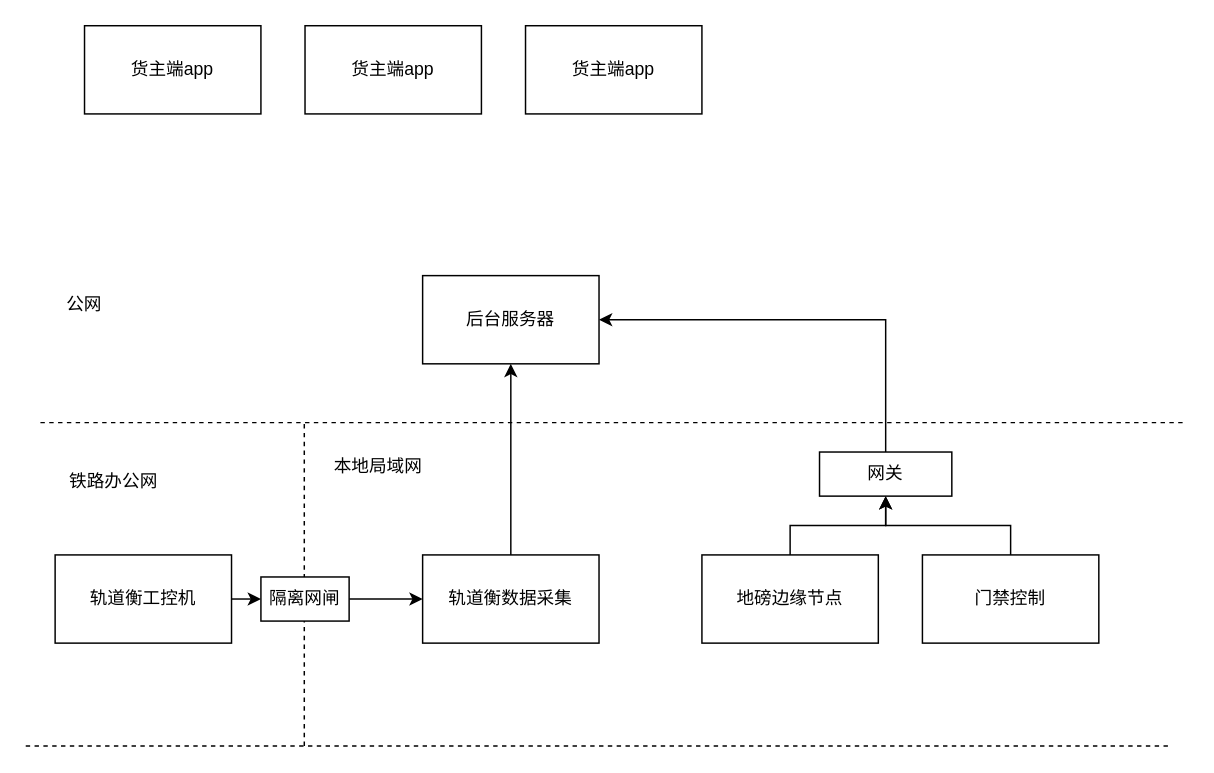
Before: 平原物流网路拓扑.drawio in lipeng260/drawio, a draw.io diagram. Source tidied: cells renumbered, new cells numbered last; positions are measured from the earlier drawing's top-left corner, leaving out a move shared by most shapes. Both pictures are drawn from the tidied source at 147%, with x=0, y=0 at pixel (25, 25).
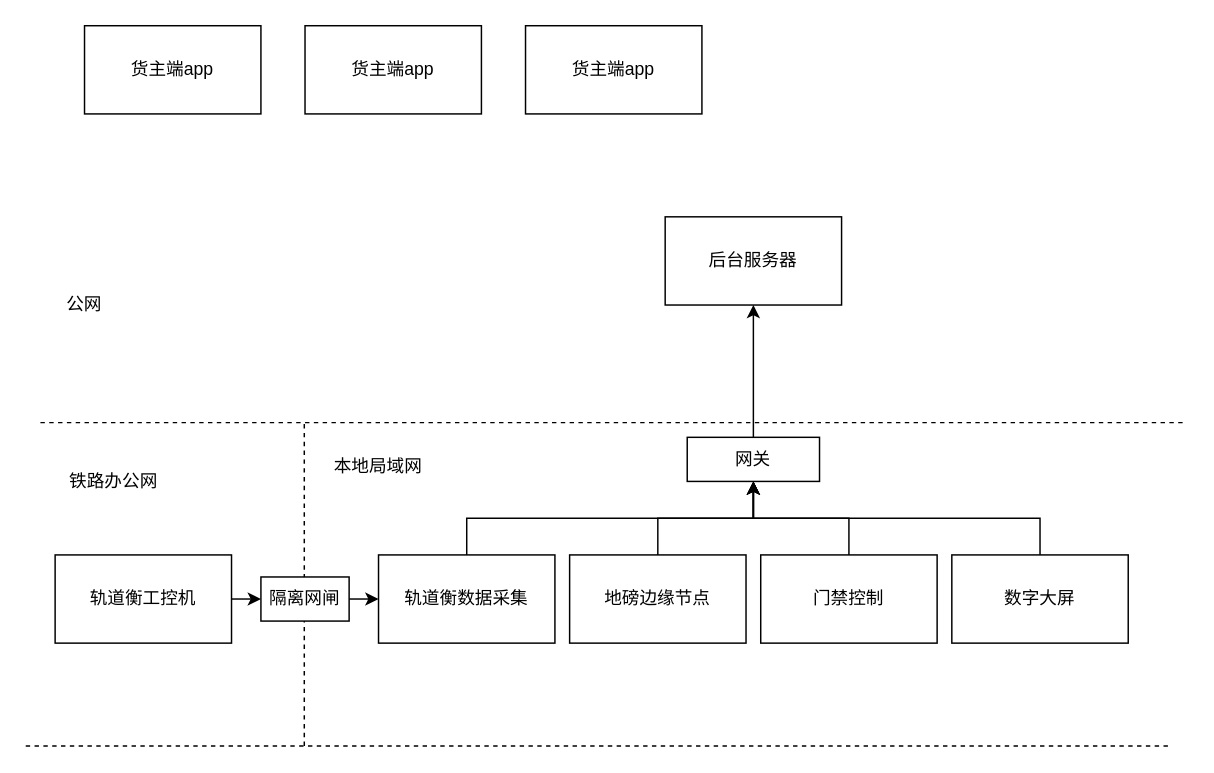
After the change.

Commit message (it also covers changes not shown here):
Update 平原物流网路拓扑.drawio

Diff of the diagram source:
```diff
@@
     <mxCell id="2" value="后台服务器" style="rounded=0;whiteSpace=wrap;html=1;" parent="1" vertex="1">
-      <mxGeometry x="270" y="170" width="120" height="60" as="geometry" />
+      <mxGeometry x="435" y="130" width="120" height="60" as="geometry" />
     </mxCell>
@@
     <mxCell id="10" value="地磅边缘节点" style="rounded=0;whiteSpace=wrap;html=1;" parent="1" vertex="1">
-      <mxGeometry x="460" y="360" width="120" height="60" as="geometry" />
+      <mxGeometry x="370" y="360" width="120" height="60" as="geometry" />
     </mxCell>
@@
-    <mxCell id="13" style="edgeStyle=orthogonalEdgeStyle;rounded=0;jettySize=auto;html=1;exitX=0.5;exitY=0;exitDx=0;exitDy=0;entryX=0.5;entryY=1;entryDx=0;entryDy=0;" parent="1" edge="1" source="14" target="2">
+    <mxCell id="13" style="edgeStyle=orthogonalEdgeStyle;rounded=0;jettySize=auto;html=1;exitX=0.5;exitY=0;exitDx=0;exitDy=0;entryX=0.5;entryY=1;entryDx=0;entryDy=0;" parent="1" edge="1" source="14" target="21">
       <mxGeometry relative="1" as="geometry" />
     </mxCell>
     <mxCell id="14" value="轨道衡数据采集" style="rounded=0;whiteSpace=wrap;html=1;" parent="1" vertex="1">
-      <mxGeometry x="270" y="360" width="120" height="60" as="geometry" />
+      <mxGeometry x="240" y="360" width="120" height="60" as="geometry" />
     </mxCell>
@@
-    <mxCell id="20" style="edgeStyle=orthogonalEdgeStyle;rounded=0;jettySize=auto;html=1;exitX=0.5;exitY=0;exitDx=0;exitDy=0;entryX=1;entryY=0.5;entryDx=0;entryDy=0;" parent="1" edge="1" source="21" target="2">
+    <mxCell id="20" style="edgeStyle=orthogonalEdgeStyle;rounded=0;jettySize=auto;html=1;exitX=0.5;exitY=0;exitDx=0;exitDy=0;" parent="1" edge="1" source="21" target="2">
       <mxGeometry relative="1" as="geometry" />
     </mxCell>
     <mxCell id="21" value="网关" style="rounded=0;whiteSpace=wrap;html=1;" parent="1" vertex="1">
-      <mxGeometry x="540" y="290" width="90" height="30" as="geometry" />
+      <mxGeometry x="450" y="280" width="90" height="30" as="geometry" />
     </mxCell>
@@
     <mxCell id="23" value="门禁控制" style="rounded=0;whiteSpace=wrap;html=1;" parent="1" vertex="1">
-      <mxGeometry x="610" y="360" width="120" height="60" as="geometry" />
+      <mxGeometry x="500" y="360" width="120" height="60" as="geometry" />
     </mxCell>
+    <mxCell id="24" style="edgeStyle=orthogonalEdgeStyle;rounded=0;jettySize=auto;html=1;exitX=0.5;exitY=0;exitDx=0;exitDy=0;entryX=0.5;entryY=1;entryDx=0;entryDy=0;" parent="1" edge="1" source="25" target="21">
+      <mxGeometry relative="1" as="geometry" />
+    </mxCell>
+    <mxCell id="25" value="数字大屏" style="rounded=0;whiteSpace=wrap;html=1;" parent="1" vertex="1">
+      <mxGeometry x="630" y="360" width="120" height="60" as="geometry" />
+    </mxCell>
```
